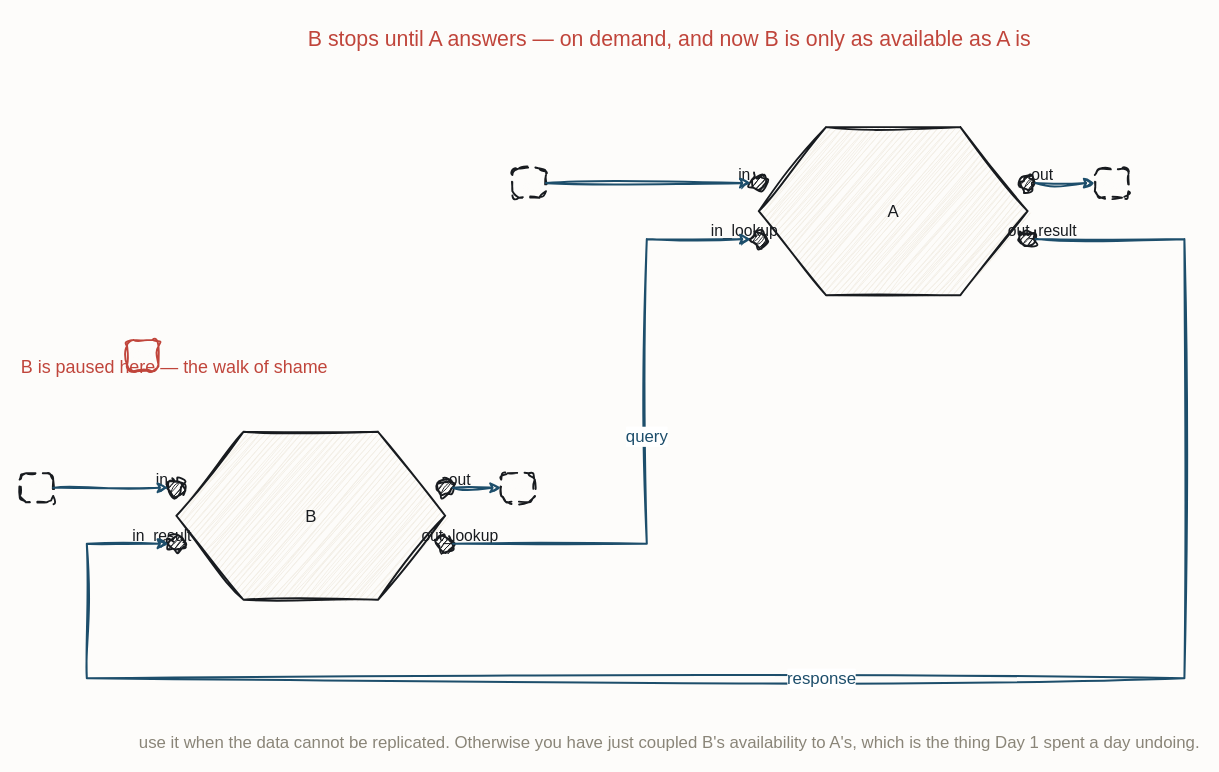
iancooper/practical-messaging keeps this draw.io diagram as resources/flow-lookup-port.drawio. Above is the earlier version. Source tidied: cells renumbered, new cells numbered last; positions are measured from the earlier drawing's top-left corner, leaving out a move shared by most shapes. Both pictures are drawn from the tidied source at 112%, with x=0, y=0 at pixel (19, 19).
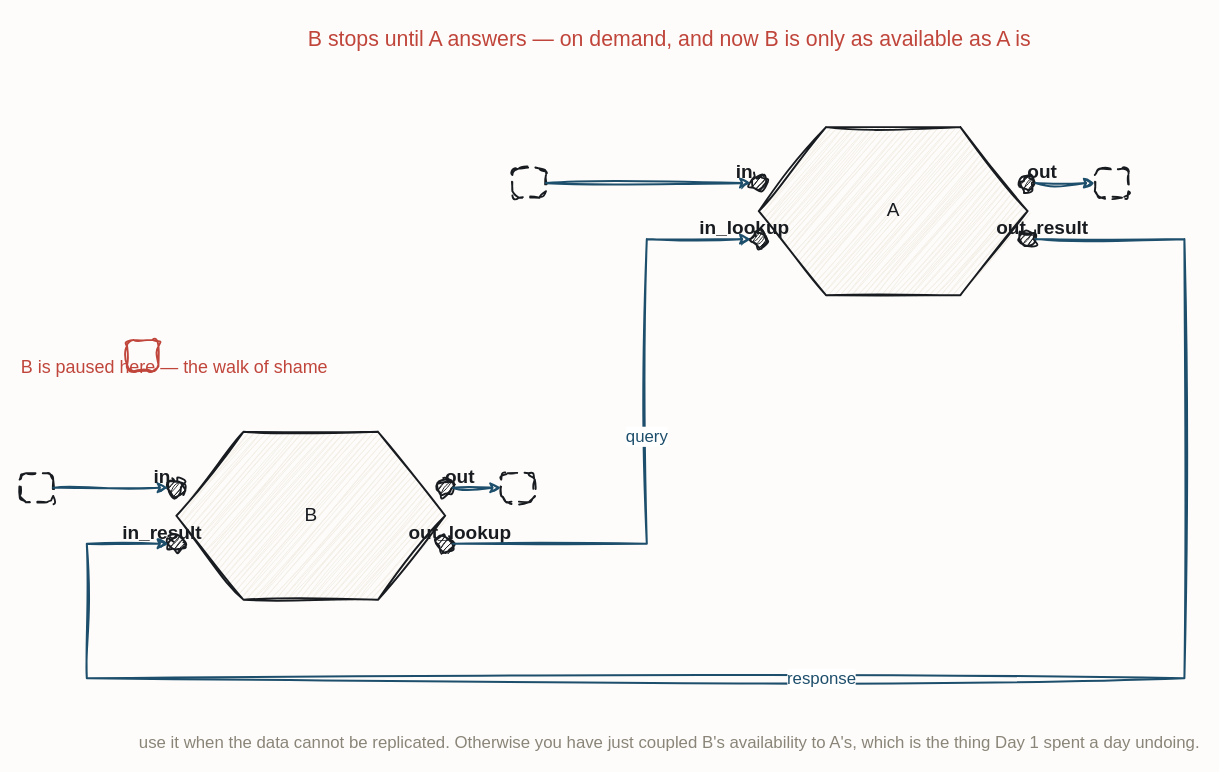
After the change.

Change to the diagram source:
```diff
@@
-    <mxCell id="3" value="A" style="sketch=1;hachureGap=4;jiggle=2;curveFitting=1;fontFamily=Caveat;html=1;shape=hexagon;perimeter=hexagonPerimeter2;strokeColor=#181B1F;strokeWidth=1.7;fillColor=#F3EFE6;fontColor=#181B1F;fontSize=15;" parent="1" vertex="1">
+    <mxCell id="3" value="A" style="sketch=1;hachureGap=4;jiggle=2;curveFitting=1;fontFamily=Caveat;html=1;shape=hexagon;perimeter=hexagonPerimeter2;strokeColor=#181B1F;strokeWidth=1.7;fillColor=#F3EFE6;fontColor=#181B1F;fontSize=17;" parent="1" vertex="1">
       <mxGeometry x="660" y="96" width="240" height="150" as="geometry" />
     </mxCell>
@@
-    <mxCell id="5" value="in" style="text;html=1;align=center;fontFamily=Caveat;fontSize=14;fontColor=#181B1F;" parent="1" vertex="1">
-      <mxGeometry x="587" y="124" width="120" height="20" as="geometry" />
+    <mxCell id="5" value="in" style="text;html=1;align=center;fontFamily=Caveat;fontSize=17;fontColor=#181B1F;fontStyle=1;" parent="1" vertex="1">
+      <mxGeometry x="587" y="120" width="120" height="20" as="geometry" />
     </mxCell>
@@
-    <mxCell id="7" value="in_lookup" style="text;html=1;align=center;fontFamily=Caveat;fontSize=14;fontColor=#181B1F;" parent="1" vertex="1">
-      <mxGeometry x="587" y="174" width="120" height="20" as="geometry" />
+    <mxCell id="7" value="in_lookup" style="text;html=1;align=center;fontFamily=Caveat;fontSize=17;fontColor=#181B1F;fontStyle=1;" parent="1" vertex="1">
+      <mxGeometry x="587" y="170" width="120" height="20" as="geometry" />
     </mxCell>
@@
-    <mxCell id="9" value="out" style="text;html=1;align=center;fontFamily=Caveat;fontSize=14;fontColor=#181B1F;" parent="1" vertex="1">
-      <mxGeometry x="853" y="124" width="120" height="20" as="geometry" />
+    <mxCell id="9" value="out" style="text;html=1;align=center;fontFamily=Caveat;fontSize=17;fontColor=#181B1F;fontStyle=1;" parent="1" vertex="1">
+      <mxGeometry x="853" y="120" width="120" height="20" as="geometry" />
     </mxCell>
@@
-    <mxCell id="11" value="out_result" style="text;html=1;align=center;fontFamily=Caveat;fontSize=14;fontColor=#181B1F;" parent="1" vertex="1">
-      <mxGeometry x="853" y="174" width="120" height="20" as="geometry" />
+    <mxCell id="11" value="out_result" style="text;html=1;align=center;fontFamily=Caveat;fontSize=17;fontColor=#181B1F;fontStyle=1;" parent="1" vertex="1">
+      <mxGeometry x="853" y="170" width="120" height="20" as="geometry" />
     </mxCell>
-    <mxCell id="12" value="B" style="sketch=1;hachureGap=4;jiggle=2;curveFitting=1;fontFamily=Caveat;html=1;shape=hexagon;perimeter=hexagonPerimeter2;strokeColor=#181B1F;strokeWidth=1.7;fillColor=#F3EFE6;fontColor=#181B1F;fontSize=15;" parent="1" vertex="1">
+    <mxCell id="12" value="B" style="sketch=1;hachureGap=4;jiggle=2;curveFitting=1;fontFamily=Caveat;html=1;shape=hexagon;perimeter=hexagonPerimeter2;strokeColor=#181B1F;strokeWidth=1.7;fillColor=#F3EFE6;fontColor=#181B1F;fontSize=17;" parent="1" vertex="1">
       <mxGeometry x="140" y="368" width="240" height="150" as="geometry" />
     </mxCell>
@@
-    <mxCell id="14" value="in" style="text;html=1;align=center;fontFamily=Caveat;fontSize=14;fontColor=#181B1F;" parent="1" vertex="1">
-      <mxGeometry x="67" y="396" width="120" height="20" as="geometry" />
+    <mxCell id="14" value="in" style="text;html=1;align=center;fontFamily=Caveat;fontSize=17;fontColor=#181B1F;fontStyle=1;" parent="1" vertex="1">
+      <mxGeometry x="67" y="392" width="120" height="20" as="geometry" />
     </mxCell>
@@
-    <mxCell id="16" value="in_result" style="text;html=1;align=center;fontFamily=Caveat;fontSize=14;fontColor=#181B1F;" parent="1" vertex="1">
-      <mxGeometry x="67" y="446" width="120" height="20" as="geometry" />
+    <mxCell id="16" value="in_result" style="text;html=1;align=center;fontFamily=Caveat;fontSize=17;fontColor=#181B1F;fontStyle=1;" parent="1" vertex="1">
+      <mxGeometry x="67" y="442" width="120" height="20" as="geometry" />
     </mxCell>
@@
-    <mxCell id="18" value="out" style="text;html=1;align=center;fontFamily=Caveat;fontSize=14;fontColor=#181B1F;" parent="1" vertex="1">
-      <mxGeometry x="333" y="396" width="120" height="20" as="geometry" />
+    <mxCell id="18" value="out" style="text;html=1;align=center;fontFamily=Caveat;fontSize=17;fontColor=#181B1F;fontStyle=1;" parent="1" vertex="1">
+      <mxGeometry x="333" y="392" width="120" height="20" as="geometry" />
     </mxCell>
@@
-    <mxCell id="20" value="out_lookup" style="text;html=1;align=center;fontFamily=Caveat;fontSize=14;fontColor=#181B1F;" parent="1" vertex="1">
-      <mxGeometry x="333" y="446" width="120" height="20" as="geometry" />
+    <mxCell id="20" value="out_lookup" style="text;html=1;align=center;fontFamily=Caveat;fontSize=17;fontColor=#181B1F;fontStyle=1;" parent="1" vertex="1">
+      <mxGeometry x="333" y="442" width="120" height="20" as="geometry" />
     </mxCell>
```
